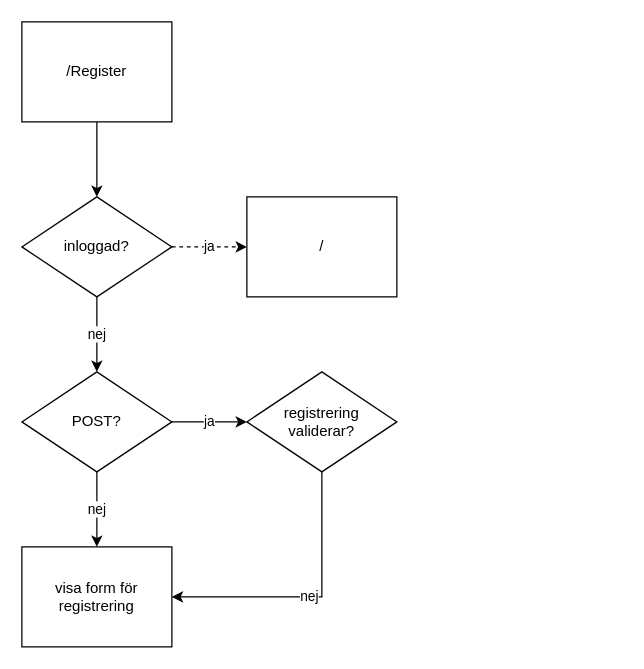
Above: webbutveckling/Webbutveckling2/Moment/Moment4/Diagrams/Flowcharts/drawings/flowRegister.drawio in EliasEriksson/miun (draw.io), before the change. Source tidied: cells renumbered, new cells numbered last; positions are measured from the earlier drawing's top-left corner, leaving out a move shared by most shapes. Both pictures are drawn from the tidied source at 125%, with x=0, y=0 at pixel (21, 21).
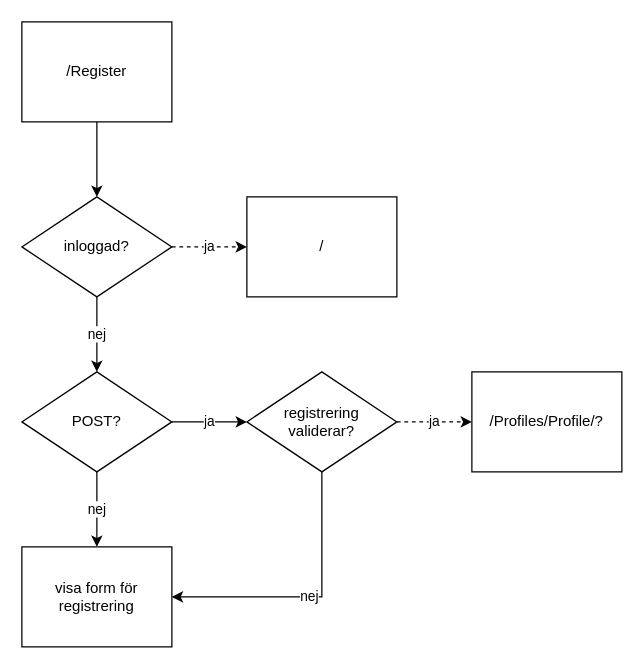
Above is the later version.

Diff of the diagram source:
```diff
@@
 <mxGraphModel>
   <root>
     <mxCell id="0" />
     <mxCell id="1" parent="0" />
     <mxCell id="2" value="/" style="rounded=0;whiteSpace=wrap;html=1;" parent="1" vertex="1">
       <mxGeometry x="180" y="140" width="120" height="80" as="geometry" />
     </mxCell>
     <mxCell id="3" style="edgeStyle=orthogonalEdgeStyle;rounded=0;jettySize=auto;html=1;" parent="1" edge="1" source="4" target="7">
       <mxGeometry relative="1" as="geometry" />
     </mxCell>
     <mxCell id="4" value="/Register" style="rounded=0;whiteSpace=wrap;html=1;" parent="1" vertex="1">
       <mxGeometry width="120" height="80" as="geometry" />
     </mxCell>
     <mxCell id="5" value="ja" style="edgeStyle=orthogonalEdgeStyle;rounded=0;jettySize=auto;html=1;dashed=1;" parent="1" edge="1" source="7" target="2">
       <mxGeometry relative="1" as="geometry" />
     </mxCell>
     <mxCell id="6" value="nej" style="edgeStyle=orthogonalEdgeStyle;rounded=0;jettySize=auto;html=1;" parent="1" edge="1" source="7" target="10">
       <mxGeometry relative="1" as="geometry" />
     </mxCell>
     <mxCell id="7" value="inloggad?" style="rhombus;whiteSpace=wrap;html=1;rounded=0;" parent="1" vertex="1">
       <mxGeometry y="140" width="120" height="80" as="geometry" />
     </mxCell>
     <mxCell id="8" value="nej" style="edgeStyle=orthogonalEdgeStyle;rounded=0;jettySize=auto;html=1;" parent="1" edge="1" source="10" target="11">
       <mxGeometry relative="1" as="geometry" />
     </mxCell>
     <mxCell id="9" value="ja" style="edgeStyle=orthogonalEdgeStyle;rounded=0;jettySize=auto;html=1;" parent="1" edge="1" source="10" target="13">
       <mxGeometry relative="1" as="geometry" />
     </mxCell>
     <mxCell id="10" value="POST?" style="rhombus;whiteSpace=wrap;html=1;rounded=0;" parent="1" vertex="1">
       <mxGeometry y="280" width="120" height="80" as="geometry" />
     </mxCell>
     <mxCell id="11" value="visa form för&lt;br&gt;registrering" style="whiteSpace=wrap;html=1;rounded=0;" parent="1" vertex="1">
       <mxGeometry y="420" width="120" height="80" as="geometry" />
     </mxCell>
     <mxCell id="12" value="nej" style="edgeStyle=orthogonalEdgeStyle;rounded=0;jettySize=auto;html=1;entryX=1;entryY=0.5;entryDx=0;entryDy=0;" parent="1" edge="1" source="13" target="11">
       <mxGeometry relative="1" as="geometry">
         <Array as="points">
           <mxPoint x="240" y="460" />
         </Array>
       </mxGeometry>
     </mxCell>
+    <mxCell id="14" value="ja" style="edgeStyle=orthogonalEdgeStyle;rounded=0;jettySize=auto;html=1;dashed=1;" parent="1" edge="1" source="13" target="15">
+      <mxGeometry relative="1" as="geometry" />
+    </mxCell>
     <mxCell id="13" value="registrering&lt;br&gt;validerar?" style="rhombus;whiteSpace=wrap;html=1;rounded=0;" parent="1" vertex="1">
       <mxGeometry x="180" y="280" width="120" height="80" as="geometry" />
     </mxCell>
+    <mxCell id="15" value="/Profiles/Profile/?" style="rounded=0;whiteSpace=wrap;html=1;" parent="1" vertex="1">
+      <mxGeometry x="360" y="280" width="120" height="80" as="geometry" />
+    </mxCell>
   </root>
 </mxGraphModel>
```
